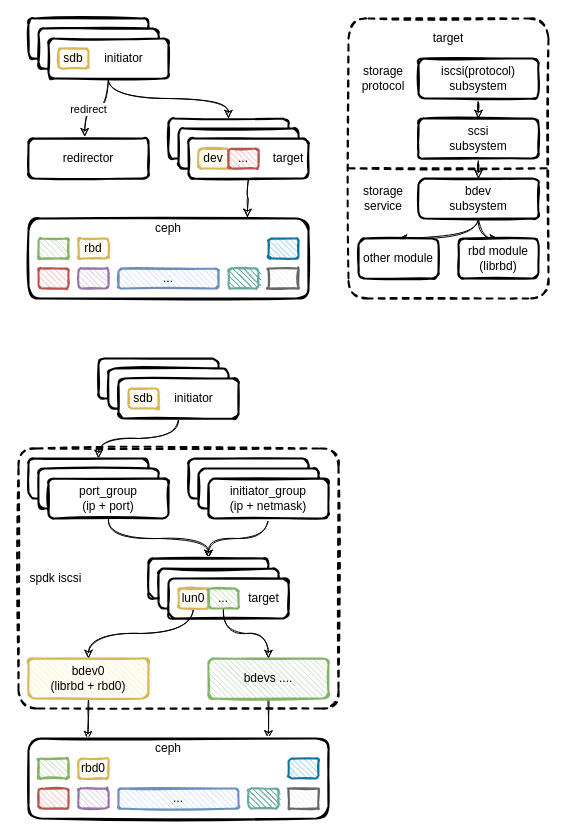
Earlier version of the draw.io diagram page "spdk_ceph" (1 of 3) of spdk/spdk_iscsi.drawio (EarthWind/deeparch). Source tidied: cells renumbered, new cells numbered last; positions are measured from the earlier drawing's top-left corner, leaving out a move shared by most shapes. Both pictures are drawn from the tidied source at 100%, with x=0, y=0 at pixel (18, 18).
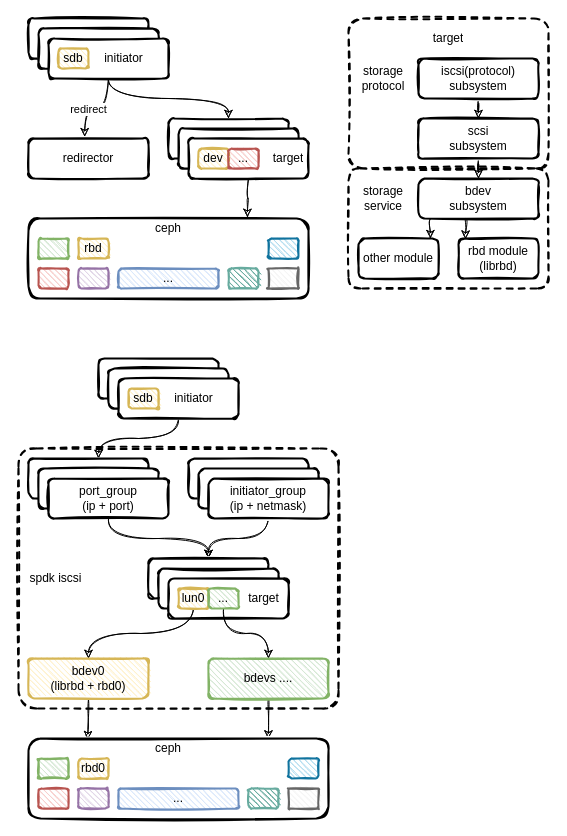
After the change.

The change refers to these unchanged cells:
```xml
<mxCell id="12" value="bdev&lt;br&gt;subsystem" style="rounded=1;whiteSpace=wrap;html=1;strokeWidth=2;fillWeight=4;hachureGap=8;hachureAngle=45;sketch=1;shadow=0;fontSize=12;fontColor=#000000;fillColor=#FFFFFF;" parent="1" vertex="1">
  <mxGeometry x="400" y="160" width="120" height="40" as="geometry" />
</mxCell>
<mxCell id="14" value="other module" style="rounded=1;whiteSpace=wrap;html=1;strokeWidth=2;fillWeight=4;hachureGap=8;hachureAngle=45;sketch=1;shadow=0;fontSize=12;fontColor=#000000;fillColor=#FFFFFF;" parent="1" vertex="1">
  <mxGeometry x="340" y="220" width="80" height="40" as="geometry" />
</mxCell>
<mxCell id="15" value="rbd module&lt;br&gt;(librbd)" style="rounded=1;whiteSpace=wrap;html=1;strokeWidth=2;fillWeight=4;hachureGap=8;hachureAngle=45;sketch=1;shadow=0;fontSize=12;fontColor=#000000;fillColor=#FFFFFF;" parent="1" vertex="1">
  <mxGeometry x="440" y="220" width="80" height="40" as="geometry" />
</mxCell>
```

Change to the diagram source:
```diff
@@
+    <mxCell id="80" style="rounded=1;whiteSpace=wrap;html=1;strokeWidth=2;fillWeight=4;hachureGap=8;hachureAngle=45;sketch=1;shadow=0;fontSize=12;fontColor=#000000;fillColor=#FFFFFF;dashed=1;arcSize=10;" parent="1" vertex="1">
+      <mxGeometry x="330" width="200" height="150" as="geometry" />
+    </mxCell>
@@
     <mxCell id="3" style="rounded=1;whiteSpace=wrap;html=1;strokeWidth=2;fillWeight=4;hachureGap=8;hachureAngle=45;sketch=1;shadow=0;fontSize=12;fontColor=#000000;fillColor=#FFFFFF;dashed=1;arcSize=10;" parent="1" vertex="1">
-      <mxGeometry x="330" width="200" height="280" as="geometry" />
+      <mxGeometry x="330" y="150" width="200" height="120" as="geometry" />
     </mxCell>
@@
-    <mxCell id="10" style="edgeStyle=orthogonalEdgeStyle;rounded=0;sketch=1;jettySize=auto;html=1;curved=1;" parent="1" edge="1" source="12" target="14">
-      <mxGeometry relative="1" as="geometry" />
+    <mxCell id="10" style="edgeStyle=orthogonalEdgeStyle;rounded=0;sketch=1;jettySize=auto;html=1;curved=1;exitX=0.167;exitY=1.005;exitDx=0;exitDy=0;entryX=0.898;entryY=0.005;entryDx=0;entryDy=0;exitPerimeter=0;entryPerimeter=0;" parent="1" edge="1" target="14">
+      <mxGeometry relative="1" as="geometry">
+        <mxPoint x="412" y="200.2" as="sourcePoint" />
+      </mxGeometry>
     </mxCell>
-    <mxCell id="11" style="edgeStyle=orthogonalEdgeStyle;curved=1;rounded=0;sketch=1;jettySize=auto;html=1;entryX=0.5;entryY=0;entryDx=0;entryDy=0;" parent="1" edge="1" source="12" target="15">
+    <mxCell id="11" style="edgeStyle=orthogonalEdgeStyle;curved=1;rounded=0;sketch=1;jettySize=auto;html=1;exitX=0.393;exitY=1.001;exitDx=0;exitDy=0;exitPerimeter=0;entryX=0.088;entryY=0.017;entryDx=0;entryDy=0;entryPerimeter=0;" parent="1" edge="1" source="12" target="15">
       <mxGeometry relative="1" as="geometry" />
     </mxCell>
@@
-    <mxCell id="16" style="endArrow=none;dashed=1;html=1;exitX=0.001;exitY=0.535;exitDx=0;exitDy=0;exitPerimeter=0;entryX=1;entryY=0.535;entryDx=0;entryDy=0;entryPerimeter=0;strokeWidth=2;sketch=1;" parent="1" edge="1" source="3" target="3">
-      <mxGeometry relative="1" as="geometry" />
-    </mxCell>
```
